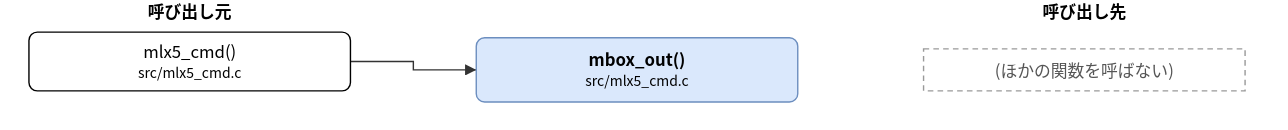
Above: doc/spec/images/call_src_mlx5_cmd-mbox_out.drawio.svg in hf355051012-ai/bfmem (draw.io), before the change. Source tidied: cells renumbered, new cells last; positions are measured from the earlier drawing's top-left corner, leaving out a move shared by most shapes.
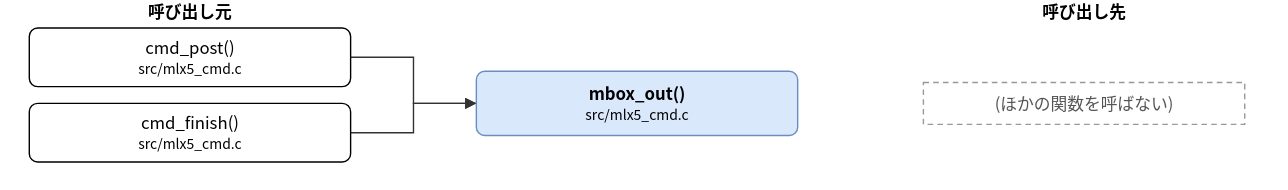
The same file after the commit.

Change to the diagram source:
```diff
@@ -3,22 +3,33 @@
     <mxCell id="0" />
     <mxCell id="1" parent="0" />
     <mxCell id="2" value="mbox_out()&lt;br&gt;&lt;font style=&quot;font-size:10px&quot;&gt;src/mlx5_cmd.c&lt;/font&gt;" style="rounded=1;whiteSpace=wrap;html=1;fillColor=#dae8fc;strokeColor=#6c8ebf;fontStyle=1;" parent="1" vertex="1">
-      <mxGeometry x="320" y="27" width="230" height="46" as="geometry" />
+      <mxGeometry x="320" y="51" width="230" height="46" as="geometry" />
     </mxCell>
-    <mxCell id="3" value="mlx5_cmd()&lt;br&gt;&lt;font style=&quot;font-size:10px&quot;&gt;src/mlx5_cmd.c&lt;/font&gt;" style="rounded=1;whiteSpace=wrap;html=1;" parent="1" vertex="1">
-      <mxGeometry y="23" width="230" height="42" as="geometry" />
+    <mxCell id="3" value="cmd_post()&lt;br&gt;&lt;font style=&quot;font-size:10px&quot;&gt;src/mlx5_cmd.c&lt;/font&gt;" style="rounded=1;whiteSpace=wrap;html=1;" parent="1" vertex="1">
+      <mxGeometry y="20" width="230" height="42" as="geometry" />
     </mxCell>
+    <mxCell id="8" value="cmd_finish()&lt;br&gt;&lt;font style=&quot;font-size:10px&quot;&gt;src/mlx5_cmd.c&lt;/font&gt;" style="rounded=1;whiteSpace=wrap;html=1;" parent="1" vertex="1">
+      <mxGeometry y="74" width="230" height="42" as="geometry" />
+    </mxCell>
     <mxCell id="4" value="(ほかの関数を呼ばない)" style="rounded=0;whiteSpace=wrap;html=1;dashed=1;strokeColor=#999999;fontColor=#555555;dashed=1;" parent="1" vertex="1">
-      <mxGeometry x="640" y="35" width="230" height="30" as="geometry" />
+      <mxGeometry x="640" y="59" width="230" height="30" as="geometry" />
     </mxCell>
     <mxCell id="5" style="edgeStyle=none;html=1;rounded=0;endArrow=block;endFill=1;exitX=1.0000;exitY=0.5000;exitDx=0;exitDy=0;exitPerimeter=0;entryX=0.0000;entryY=0.5000;entryDx=0;entryDy=0;entryPerimeter=0;" parent="1" edge="1" source="3" target="2">
       <mxGeometry relative="1" as="geometry">
         <Array as="points">
-          <mxPoint x="275" y="44" />
-          <mxPoint x="275" y="50" />
+          <mxPoint x="275" y="41" />
+          <mxPoint x="275" y="74" />
         </Array>
       </mxGeometry>
     </mxCell>
+    <mxCell id="9" style="edgeStyle=none;html=1;rounded=0;endArrow=block;endFill=1;exitX=1.0000;exitY=0.5000;exitDx=0;exitDy=0;exitPerimeter=0;entryX=0.0000;entryY=0.5000;entryDx=0;entryDy=0;entryPerimeter=0;" parent="1" edge="1" source="8" target="2">
+      <mxGeometry relative="1" as="geometry">
+        <Array as="points">
+          <mxPoint x="275" y="95" />
+          <mxPoint x="275" y="74" />
+        </Array>
+      </mxGeometry>
+    </mxCell>
     <mxCell id="6" value="呼び出し元" style="text;html=1;align=center;fontStyle=1;" parent="1" vertex="1">
       <mxGeometry x="35" width="160" height="18" as="geometry" />
     </mxCell>
```
